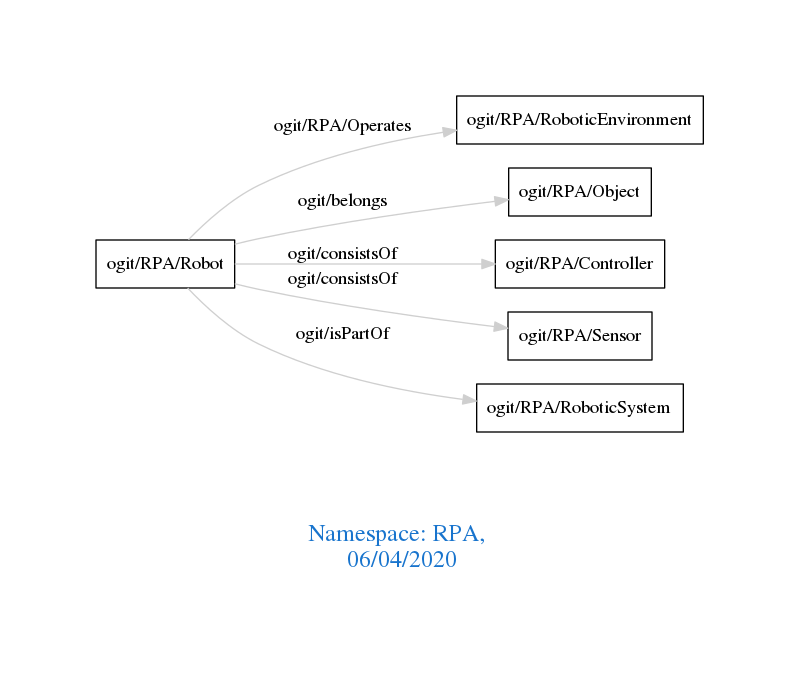
arago/OGIT keeps this Graphviz diagram as downloads/RPA.png. Above is the earlier version. Its source is kept beside it as downloads/RPA.dot. Its diagram source:
```dot
digraph OGIT_ontology {
 graph [ rankdir= LR,pad=1
fontsize = 18,
fontcolor= dodgerblue3,label = "\n\n\nNamespace: RPA, \n 06/04/2020"];
node[shape=polygon];
edge [  color="gray81"];

   "ogit/RPA/Robot" -> "ogit/RPA/RoboticEnvironment" [label="   ogit/RPA/Operates    "];
   "ogit/RPA/Robot" -> "ogit/RPA/Object" [label="   ogit/belongs    "];
   "ogit/RPA/Robot" -> "ogit/RPA/Controller" [label="   ogit/consistsOf    "];
   "ogit/RPA/Robot" -> "ogit/RPA/Sensor" [label="   ogit/consistsOf    "];
   "ogit/RPA/Robot" -> "ogit/RPA/RoboticSystem" [label="   ogit/isPartOf    "];
}
```
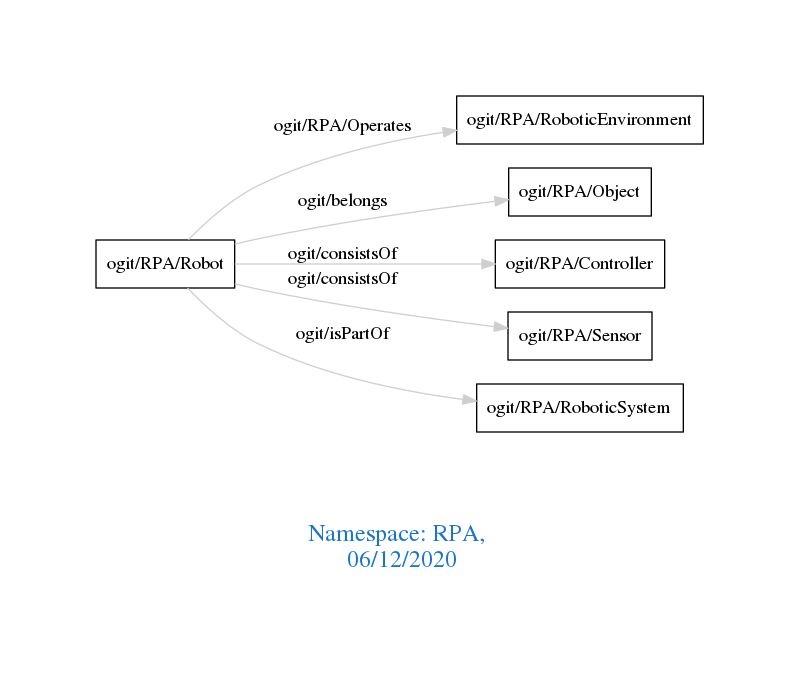
Above is the later version.

Diff of the diagram source:
```diff
@@ -1,7 +1,7 @@
 digraph OGIT_ontology {
  graph [ rankdir= LR,pad=1
 fontsize = 18,
-fontcolor= dodgerblue3,label = "\n\n\nNamespace: RPA, \n 06/04/2020"];
+fontcolor= dodgerblue3,label = "\n\n\nNamespace: RPA, \n 06/12/2020"];
 node[shape=polygon];
 edge [  color="gray81"];
 
```
